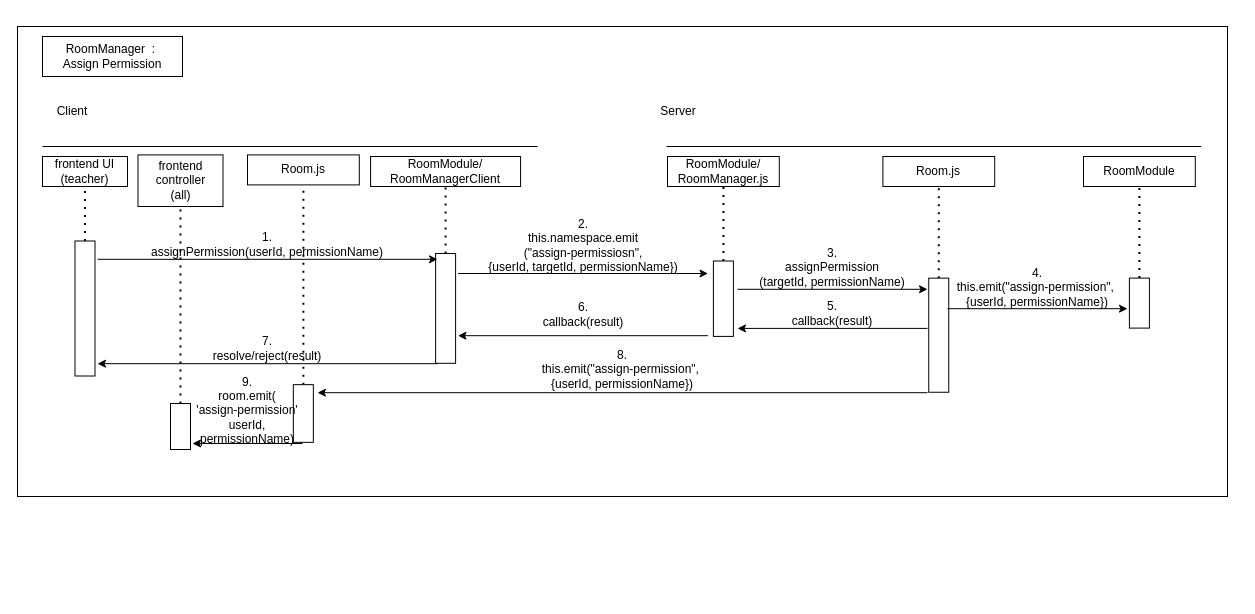
This is classroom-ultra-uml/sequence-diagram/RoomManager-remove-user.drawio from doremi31618/Assets, a draw.io file, before an edit. Source tidied: cells renumbered, new cells numbered last; positions are measured from the earlier drawing's top-left corner, leaving out a move shared by most shapes. Both pictures are drawn from the tidied source at 100%, with x=0, y=0 at pixel (17, 26).
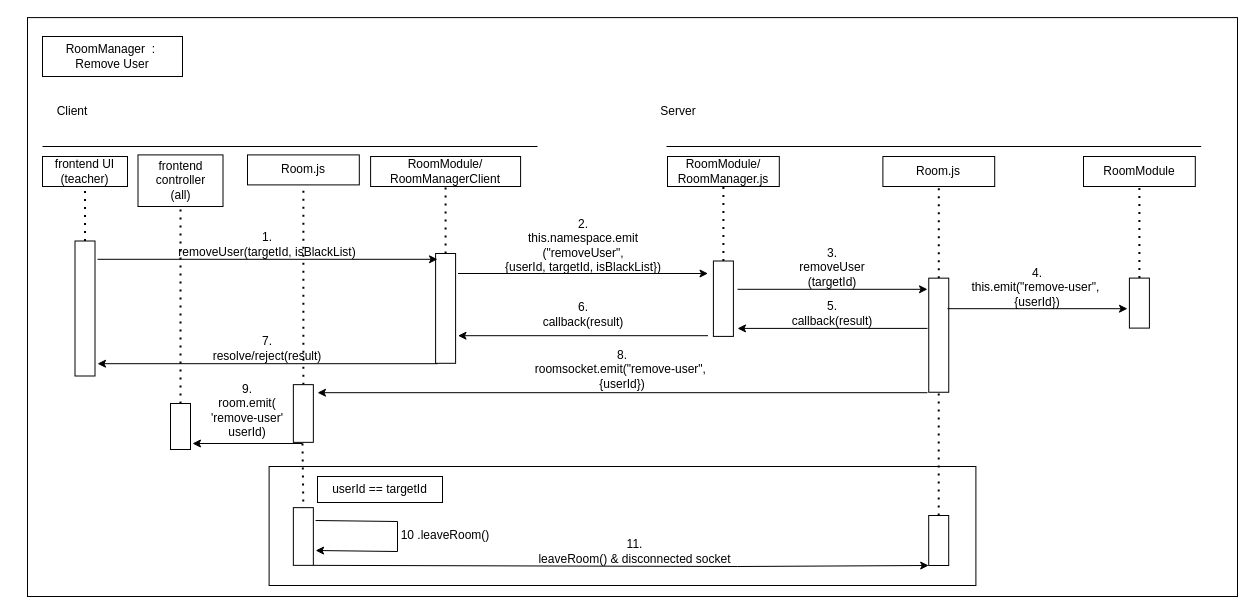
After the change.

The change refers to these unchanged cells:
```xml
<mxCell id="24" style="rounded=0;whiteSpace=wrap;html=1;rotation=90;spacing=4;" parent="1" vertex="1">
  <mxGeometry x="864.2" y="298.7" width="114.1" height="20" as="geometry" />
</mxCell>
```

What changed in the source:
```diff
@@
     <mxCell id="2" style="rounded=0;whiteSpace=wrap;html=1;" parent="1" vertex="1">
-      <mxGeometry width="1210" height="470" as="geometry" />
+      <mxGeometry x="10" y="-8.9" width="1210" height="578.9" as="geometry" />
     </mxCell>
@@
-    <mxCell id="11" value="RoomManager&amp;nbsp;&amp;nbsp;:&amp;nbsp;&lt;br&gt;Assign Permission" style="text;strokeColor=none;align=center;fillColor=none;html=1;verticalAlign=middle;whiteSpace=wrap;rounded=0;" parent="1" vertex="1">
+    <mxCell id="11" value="RoomManager&amp;nbsp;&amp;nbsp;:&amp;nbsp;&lt;br&gt;Remove User" style="text;strokeColor=none;align=center;fillColor=none;html=1;verticalAlign=middle;whiteSpace=wrap;rounded=0;" parent="1" vertex="1">
       <mxGeometry x="30" y="15" width="130" height="30" as="geometry" />
     </mxCell>
@@
-    <mxCell id="16" value="1. &lt;br&gt;assignPermission(userId, permissionName)" style="text;strokeColor=none;align=center;fillColor=none;html=1;verticalAlign=middle;whiteSpace=wrap;rounded=0;" parent="1" vertex="1">
+    <mxCell id="16" value="1. &lt;br&gt;removeUser(targetId, isBlackList)" style="text;strokeColor=none;align=center;fillColor=none;html=1;verticalAlign=middle;whiteSpace=wrap;rounded=0;" parent="1" vertex="1">
       <mxGeometry x="80" y="202.8" width="340" height="30" as="geometry" />
     </mxCell>
@@
-    <mxCell id="20" value="2.&lt;br&gt;this.namespace.emit&lt;br&gt;(&quot;assign-permissiosn&quot;, &lt;br&gt;{userId, targetId, permissionName})" style="text;strokeColor=none;align=center;fillColor=none;html=1;verticalAlign=middle;whiteSpace=wrap;rounded=0;" parent="1" vertex="1">
+    <mxCell id="20" value="2.&lt;br&gt;this.namespace.emit&lt;br&gt;(&quot;removeUser&lt;span style=&quot;background-color: initial;&quot;&gt;&quot;,&lt;/span&gt;&lt;br&gt;{userId, targetId, isBlackList})" style="text;strokeColor=none;align=center;fillColor=none;html=1;verticalAlign=middle;whiteSpace=wrap;rounded=0;" parent="1" vertex="1">
       <mxGeometry x="440.5" y="190" width="250" height="57" as="geometry" />
     </mxCell>
@@
-    <mxCell id="26" value="3.&lt;br&gt;assignPermission&lt;br&gt;(targetId, permissionName)" style="text;strokeColor=none;align=center;fillColor=none;html=1;verticalAlign=middle;whiteSpace=wrap;rounded=0;" parent="1" vertex="1">
+    <mxCell id="26" value="3.&lt;br&gt;removeUser&lt;br&gt;(targetId)" style="text;strokeColor=none;align=center;fillColor=none;html=1;verticalAlign=middle;whiteSpace=wrap;rounded=0;" parent="1" vertex="1">
       <mxGeometry x="720" y="220" width="190" height="42.8" as="geometry" />
     </mxCell>
@@
-    <mxCell id="36" value="4.&lt;br&gt;this.emit(&quot;assign-permission&quot;,&amp;nbsp;&lt;br&gt;{userId, permissionName})" style="text;strokeColor=none;align=center;fillColor=none;html=1;verticalAlign=middle;whiteSpace=wrap;rounded=0;" parent="1" vertex="1">
+    <mxCell id="36" value="4.&lt;br&gt;this.emit(&quot;remove-user&quot;,&amp;nbsp;&lt;br&gt;{userId})" style="text;strokeColor=none;align=center;fillColor=none;html=1;verticalAlign=middle;whiteSpace=wrap;rounded=0;" parent="1" vertex="1">
       <mxGeometry x="930" y="240" width="180" height="42.2" as="geometry" />
     </mxCell>
@@
-    <mxCell id="41" value="8.&lt;br&gt;this.emit(&quot;assign-permission&quot;,&amp;nbsp;&lt;br&gt;{userId, permissionName})" style="text;strokeColor=none;align=center;fillColor=none;html=1;verticalAlign=middle;whiteSpace=wrap;rounded=0;" parent="1" vertex="1">
+    <mxCell id="41" value="8.&lt;br&gt;roomsocket.emit(&quot;remove-user&quot;,&amp;nbsp;&lt;br&gt;{userId})" style="text;strokeColor=none;align=center;fillColor=none;html=1;verticalAlign=middle;whiteSpace=wrap;rounded=0;" parent="1" vertex="1">
       <mxGeometry x="300" y="320" width="610" height="46.2" as="geometry" />
     </mxCell>
@@
-    <mxCell id="47" value="9.&lt;br&gt;room.emit(&lt;br&gt;'assign-permission'&lt;br&gt;userId, permissionName)" style="text;strokeColor=none;align=center;fillColor=none;html=1;verticalAlign=middle;whiteSpace=wrap;rounded=0;" parent="1" vertex="1">
+    <mxCell id="47" value="9.&lt;br&gt;room.emit(&lt;br&gt;'remove-user'&lt;br&gt;userId)" style="text;strokeColor=none;align=center;fillColor=none;html=1;verticalAlign=middle;whiteSpace=wrap;rounded=0;" parent="1" vertex="1">
       <mxGeometry x="175" y="350" width="110" height="67" as="geometry" />
     </mxCell>
+    <mxCell id="48" style="rounded=0;whiteSpace=wrap;html=1;" parent="1" vertex="1">
+      <mxGeometry x="251.6" y="440" width="706.8" height="119" as="geometry" />
+    </mxCell>
+    <mxCell id="49" style="endArrow=classic;html=1;rounded=0;exitX=0;exitY=0;exitDx=0;exitDy=0;entryX=0;entryY=1;entryDx=0;entryDy=0;" parent="1" edge="1" source="50" target="50">
+      <mxGeometry relative="1" as="geometry">
+        <Array as="points">
+          <mxPoint x="380" y="495" />
+          <mxPoint x="380" y="525" />
+        </Array>
+      </mxGeometry>
+    </mxCell>
+    <mxCell id="50" value="10 .leaveRoom()" style="text;strokeColor=none;align=center;fillColor=none;html=1;verticalAlign=middle;whiteSpace=wrap;rounded=0;" parent="1" vertex="1">
+      <mxGeometry x="298.1" y="494" width="260" height="30" as="geometry" />
+    </mxCell>
+    <mxCell id="51" style="rounded=0;whiteSpace=wrap;html=1;rotation=90;spacing=4;" parent="1" vertex="1">
+      <mxGeometry x="257" y="500" width="57.7" height="20" as="geometry" />
+    </mxCell>
+    <mxCell id="52" style="rounded=0;whiteSpace=wrap;html=1;rotation=90;spacing=4;" parent="1" vertex="1">
+      <mxGeometry x="896.2" y="504" width="50" height="20" as="geometry" />
+    </mxCell>
+    <mxCell id="53" style="endArrow=classic;html=1;rounded=0;exitX=1;exitY=1;exitDx=0;exitDy=0;entryX=1;entryY=1;entryDx=0;entryDy=0;startArrow=none;" parent="1" edge="1" source="57" target="52">
+      <mxGeometry relative="1" as="geometry" />
+    </mxCell>
+    <mxCell id="54" style="endArrow=none;dashed=1;html=1;dashPattern=1 3;strokeWidth=2;rounded=0;entryX=1;entryY=0.5;entryDx=0;entryDy=0;exitX=0;exitY=0.5;exitDx=0;exitDy=0;" parent="1" edge="1" source="52" target="24">
+      <mxGeometry relative="1" as="geometry" />
+    </mxCell>
+    <mxCell id="55" style="endArrow=none;dashed=1;html=1;dashPattern=1 3;strokeWidth=2;rounded=0;exitX=1;exitY=1;exitDx=0;exitDy=0;entryX=0;entryY=0.5;entryDx=0;entryDy=0;" parent="1" edge="1" source="47" target="51">
+      <mxGeometry relative="1" as="geometry" />
+    </mxCell>
+    <mxCell id="56" style="endArrow=none;html=1;rounded=0;exitX=1;exitY=0;exitDx=0;exitDy=0;entryX=1;entryY=1;entryDx=0;entryDy=0;" parent="1" edge="1" source="51" target="57">
+      <mxGeometry relative="1" as="geometry" />
+    </mxCell>
+    <mxCell id="57" value="11. &lt;br&gt;leaveRoom() &amp;amp; disconnected socket" style="text;strokeColor=none;align=center;fillColor=none;html=1;verticalAlign=middle;whiteSpace=wrap;rounded=0;" parent="1" vertex="1">
+      <mxGeometry x="515" y="510" width="205" height="30" as="geometry" />
+    </mxCell>
+    <mxCell id="58" value="userId == targetId" style="rounded=0;whiteSpace=wrap;html=1;" parent="1" vertex="1">
+      <mxGeometry x="300" y="450" width="125" height="26" as="geometry" />
+    </mxCell>
```
